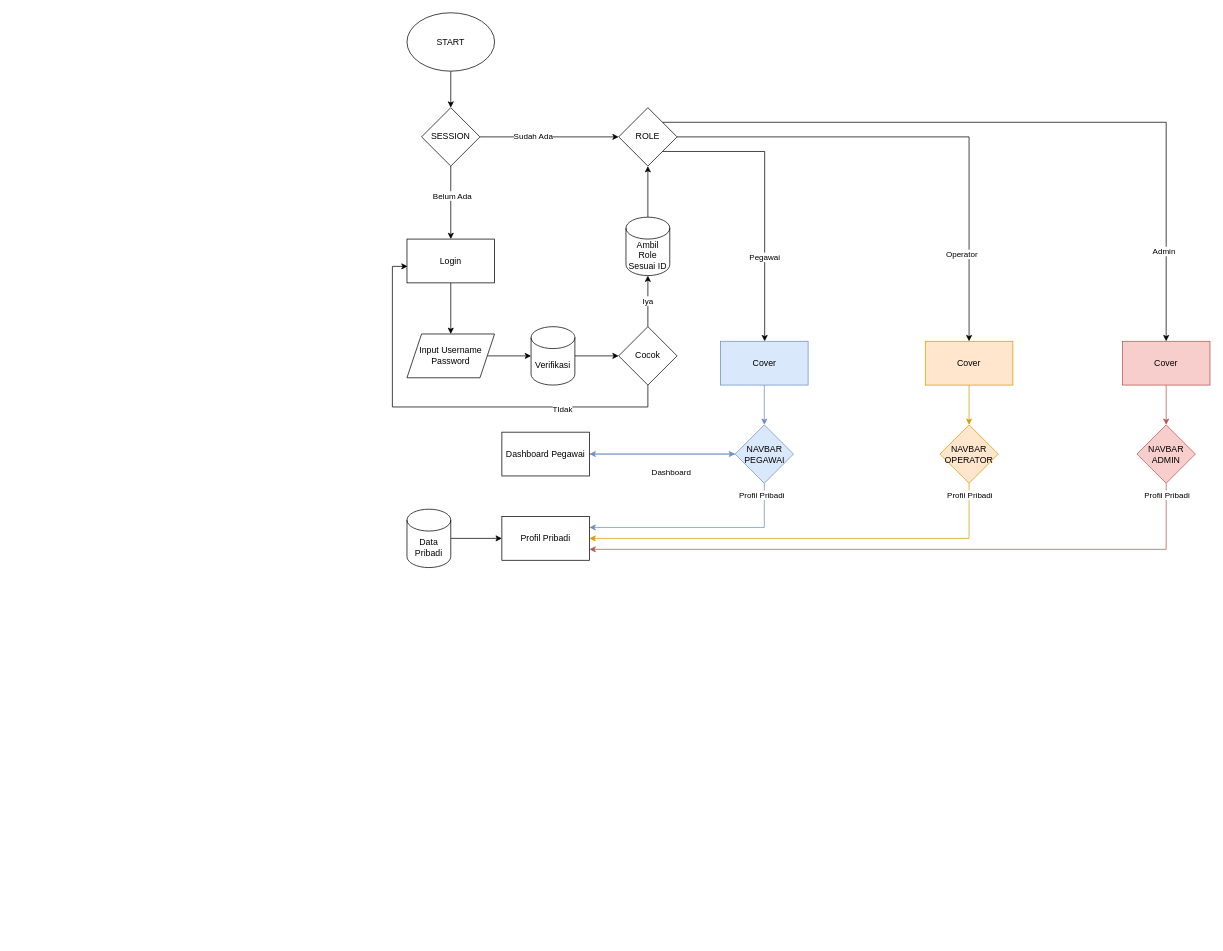
The draw.io diagram Diagram Tanpa Judul.drawio in Rabbitz124/Kepegawaian, before the edit. Source tidied: cells renumbered, new cells numbered last; positions are measured from the earlier drawing's top-left corner, leaving out a move shared by most shapes. Both pictures are drawn from the tidied source at 73%, with x=0, y=0 at pixel (392, 12).
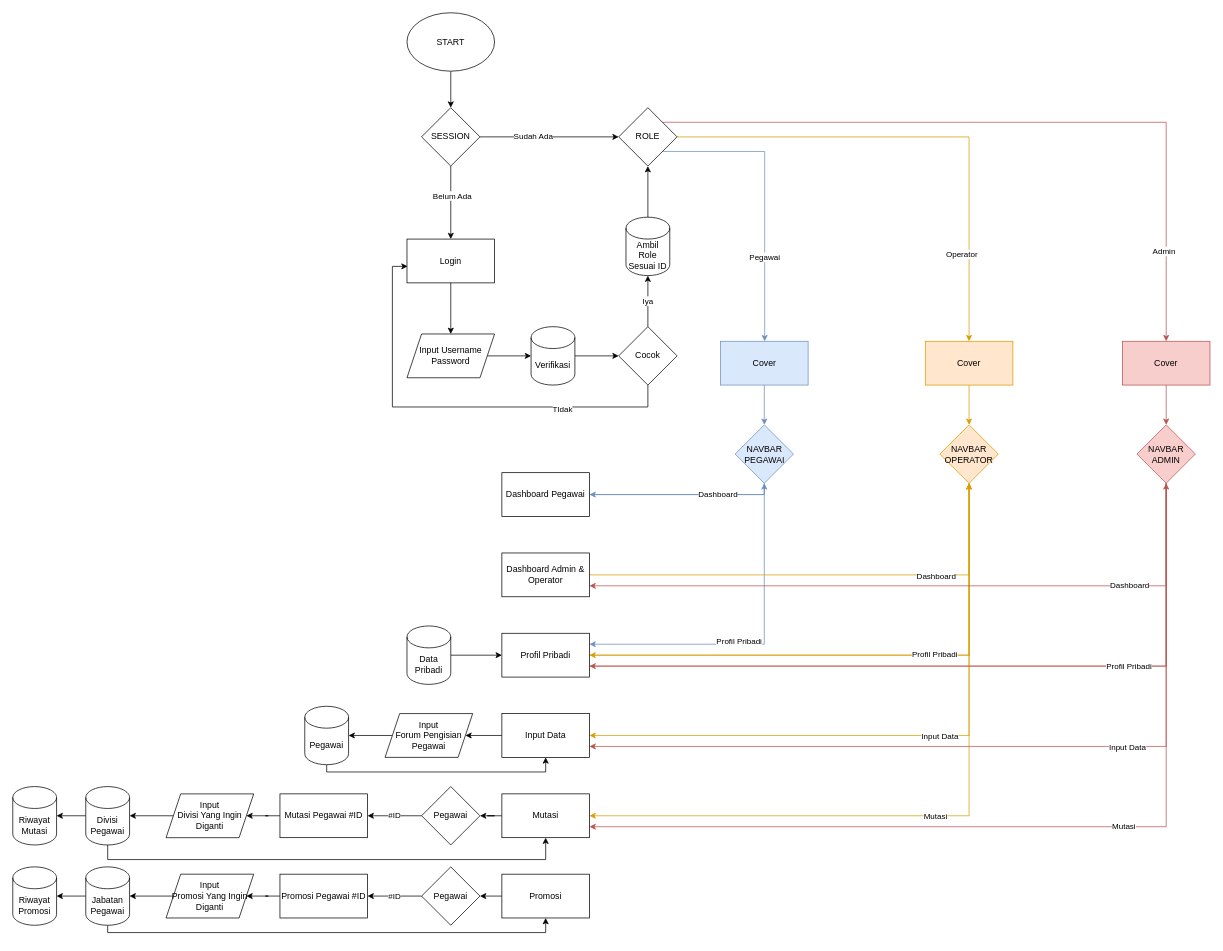
After the change.

Unchanged cells that the change refers to:
```xml
<mxCell id="13" value="ROLE" style="rhombus;whiteSpace=wrap;html=1;" parent="1" vertex="1">
  <mxGeometry x="310" y="130" width="80" height="80" as="geometry" />
</mxCell>
<mxCell id="25" value="Cover" style="rounded=0;whiteSpace=wrap;html=1;fillColor=#f8cecc;strokeColor=#b85450;" parent="1" vertex="1">
  <mxGeometry x="1000" y="450" width="120" height="60" as="geometry" />
</mxCell>
<mxCell id="27" value="Cover" style="rounded=0;whiteSpace=wrap;html=1;fillColor=#ffe6cc;strokeColor=#d79b00;" parent="1" vertex="1">
  <mxGeometry x="730" y="450" width="120" height="60" as="geometry" />
</mxCell>
<mxCell id="29" value="Cover" style="rounded=0;whiteSpace=wrap;html=1;fillColor=#dae8fc;strokeColor=#6c8ebf;" parent="1" vertex="1">
  <mxGeometry x="449.5" y="450" width="120" height="60" as="geometry" />
</mxCell>
<mxCell id="36" style="edgeStyle=orthogonalEdgeStyle;rounded=0;jettySize=auto;html=1;exitX=0.5;exitY=1;exitDx=0;exitDy=0;entryX=1;entryY=0.25;entryDx=0;entryDy=0;fillColor=#dae8fc;strokeColor=#6c8ebf;" parent="1" edge="1" source="38" target="41">
  <mxGeometry relative="1" as="geometry" />
</mxCell>
<mxCell id="38" value="NAVBAR&lt;br&gt;PEGAWAI" style="rhombus;whiteSpace=wrap;html=1;fillColor=#dae8fc;strokeColor=#6c8ebf;" parent="1" vertex="1">
  <mxGeometry x="469.5" y="564.5" width="80" height="80" as="geometry" />
</mxCell>
<mxCell id="44" style="edgeStyle=orthogonalEdgeStyle;rounded=0;jettySize=auto;html=1;exitX=0.5;exitY=1;exitDx=0;exitDy=0;entryX=1;entryY=0.5;entryDx=0;entryDy=0;fillColor=#ffe6cc;strokeColor=#d79b00;" parent="1" edge="1" source="45" target="41">
  <mxGeometry relative="1" as="geometry" />
</mxCell>
<mxCell id="45" value="NAVBAR&lt;br&gt;OPERATOR" style="rhombus;whiteSpace=wrap;html=1;rounded=0;fillColor=#ffe6cc;strokeColor=#d79b00;" parent="1" vertex="1">
  <mxGeometry x="750" y="564.5" width="80" height="80" as="geometry" />
</mxCell>
<mxCell id="46" style="edgeStyle=orthogonalEdgeStyle;rounded=0;jettySize=auto;html=1;exitX=0.5;exitY=1;exitDx=0;exitDy=0;entryX=1;entryY=0.75;entryDx=0;entryDy=0;fillColor=#f8cecc;strokeColor=#b85450;" parent="1" edge="1" source="47" target="41">
  <mxGeometry relative="1" as="geometry" />
</mxCell>
<mxCell id="47" value="NAVBAR&lt;br&gt;ADMIN" style="rhombus;whiteSpace=wrap;html=1;rounded=0;fillColor=#f8cecc;strokeColor=#b85450;" parent="1" vertex="1">
  <mxGeometry x="1020" y="564.5" width="80" height="80" as="geometry" />
</mxCell>
```

The edit, as a diff of the source:
```diff
@@
-    <mxCell id="8" style="edgeStyle=orthogonalEdgeStyle;rounded=0;jettySize=auto;html=1;" parent="1" edge="1" source="13" target="27">
+    <mxCell id="8" style="edgeStyle=orthogonalEdgeStyle;rounded=0;jettySize=auto;html=1;fillColor=#ffe6cc;strokeColor=#d79b00;" parent="1" edge="1" source="13" target="27">
       <mxGeometry relative="1" as="geometry" />
     </mxCell>
@@
-    <mxCell id="10" style="edgeStyle=orthogonalEdgeStyle;rounded=0;jettySize=auto;html=1;exitX=1;exitY=1;exitDx=0;exitDy=0;" parent="1" edge="1" source="13" target="29">
+    <mxCell id="10" style="edgeStyle=orthogonalEdgeStyle;rounded=0;jettySize=auto;html=1;exitX=1;exitY=1;exitDx=0;exitDy=0;fillColor=#dae8fc;strokeColor=#6c8ebf;" parent="1" edge="1" source="13" target="29">
       <mxGeometry relative="1" as="geometry">
         <Array as="points">
           <mxPoint x="510" y="190" />
         </Array>
       </mxGeometry>
     </mxCell>
@@
-    <mxCell id="12" style="edgeStyle=orthogonalEdgeStyle;rounded=0;jettySize=auto;html=1;entryX=0.5;entryY=0;entryDx=0;entryDy=0;exitX=1;exitY=0;exitDx=0;exitDy=0;" parent="1" edge="1" source="13" target="25">
+    <mxCell id="12" style="edgeStyle=orthogonalEdgeStyle;rounded=0;jettySize=auto;html=1;entryX=0.5;entryY=0;entryDx=0;entryDy=0;exitX=1;exitY=0;exitDx=0;exitDy=0;fillColor=#f8cecc;strokeColor=#b85450;" parent="1" edge="1" source="13" target="25">
       <mxGeometry relative="1" as="geometry" />
     </mxCell>
@@
-    <mxCell id="34" style="edgeStyle=orthogonalEdgeStyle;rounded=0;jettySize=auto;html=1;fillColor=#dae8fc;strokeColor=#6c8ebf;" parent="1" edge="1" source="38" target="40">
-      <mxGeometry relative="1" as="geometry" />
+    <mxCell id="34" style="edgeStyle=orthogonalEdgeStyle;rounded=0;jettySize=auto;html=1;fillColor=#dae8fc;strokeColor=#6c8ebf;exitX=0.5;exitY=1;exitDx=0;exitDy=0;" parent="1" edge="1" source="38" target="40">
+      <mxGeometry relative="1" as="geometry">
+        <Array as="points">
+          <mxPoint x="509" y="660" />
+        </Array>
+      </mxGeometry>
     </mxCell>
-    <mxCell id="35" value="Dashboard" style="edgeLabel;html=1;align=center;verticalAlign=middle;" parent="34" vertex="1">
-      <mxGeometry x="-0.13" y="1" relative="1" as="geometry">
-        <mxPoint x="-1" y="24" as="offset" />
-      </mxGeometry>
-    </mxCell>
@@
     <mxCell id="37" value="Profil Pribadi" style="edgeLabel;html=1;align=center;verticalAlign=middle;" parent="36" vertex="1">
       <mxGeometry x="0.7" y="1" relative="1" as="geometry">
-        <mxPoint x="190" y="-46" as="offset" />
+        <mxPoint x="135" y="-6" as="offset" />
       </mxGeometry>
     </mxCell>
@@
-    <mxCell id="39" style="edgeStyle=orthogonalEdgeStyle;rounded=0;jettySize=auto;html=1;exitX=1;exitY=0.5;exitDx=0;exitDy=0;fillColor=#dae8fc;strokeColor=#6c8ebf;" parent="1" edge="1" source="40" target="38">
-      <mxGeometry relative="1" as="geometry" />
+    <mxCell id="39" style="edgeStyle=orthogonalEdgeStyle;rounded=0;jettySize=auto;html=1;exitX=1;exitY=0.5;exitDx=0;exitDy=0;fillColor=#dae8fc;strokeColor=#6c8ebf;entryX=0.5;entryY=1;entryDx=0;entryDy=0;" parent="1" edge="1" source="40" target="38">
+      <mxGeometry relative="1" as="geometry">
+        <Array as="points">
+          <mxPoint x="509" y="660" />
+        </Array>
+      </mxGeometry>
     </mxCell>
+    <mxCell id="50" value="Dashboard" style="edgeLabel;html=1;align=center;verticalAlign=middle;" parent="39" vertex="1">
+      <mxGeometry x="0.37" y="2" relative="1" as="geometry">
+        <mxPoint y="1" as="offset" />
+      </mxGeometry>
+    </mxCell>
     <mxCell id="40" value="Dashboard Pegawai" style="whiteSpace=wrap;html=1;" parent="1" vertex="1">
-      <mxGeometry x="150" y="574.5" width="120" height="60" as="geometry" />
+      <mxGeometry x="150" y="630" width="120" height="60" as="geometry" />
     </mxCell>
+    <mxCell id="51" style="edgeStyle=orthogonalEdgeStyle;rounded=0;jettySize=auto;html=1;entryX=0.5;entryY=1;entryDx=0;entryDy=0;fillColor=#ffe6cc;strokeColor=#d79b00;" parent="1" edge="1" source="41" target="45">
+      <mxGeometry relative="1" as="geometry" />
+    </mxCell>
+    <mxCell id="52" style="edgeStyle=orthogonalEdgeStyle;rounded=0;jettySize=auto;html=1;entryX=0.5;entryY=1;entryDx=0;entryDy=0;exitX=1;exitY=0.75;exitDx=0;exitDy=0;fillColor=#f8cecc;strokeColor=#b85450;" parent="1" edge="1" source="41" target="47">
+      <mxGeometry relative="1" as="geometry" />
+    </mxCell>
     <mxCell id="41" value="Profil Pribadi" style="rounded=0;whiteSpace=wrap;html=1;" parent="1" vertex="1">
-      <mxGeometry x="150" y="690" width="120" height="60" as="geometry" />
+      <mxGeometry x="150" y="850" width="120" height="60" as="geometry" />
     </mxCell>
@@
     <mxCell id="43" value="Data Pribadi" style="shape=cylinder3;whiteSpace=wrap;html=1;boundedLbl=1;backgroundOutline=1;size=15;" parent="1" vertex="1">
-      <mxGeometry x="20" y="680" width="60" height="80" as="geometry" />
+      <mxGeometry x="20" y="840" width="60" height="80" as="geometry" />
     </mxCell>
@@
+    <mxCell id="53" value="Profil Pribadi" style="edgeLabel;html=1;align=center;verticalAlign=middle;" parent="44" vertex="1">
+      <mxGeometry x="-0.25" y="-2" relative="1" as="geometry" />
+    </mxCell>
+    <mxCell id="54" style="edgeStyle=orthogonalEdgeStyle;rounded=0;jettySize=auto;html=1;exitX=0.5;exitY=1;exitDx=0;exitDy=0;entryX=1;entryY=0.5;entryDx=0;entryDy=0;fillColor=#ffe6cc;strokeColor=#d79b00;" parent="1" edge="1" source="45" target="69">
+      <mxGeometry relative="1" as="geometry" />
+    </mxCell>
+    <mxCell id="55" value="Input Data" style="edgeLabel;html=1;align=center;verticalAlign=middle;" parent="54" vertex="1">
+      <mxGeometry x="-0.2" y="1" relative="1" as="geometry">
+        <mxPoint x="-40" y="-1" as="offset" />
+      </mxGeometry>
+    </mxCell>
+    <mxCell id="56" style="edgeStyle=orthogonalEdgeStyle;rounded=0;jettySize=auto;html=1;exitX=0.5;exitY=1;exitDx=0;exitDy=0;entryX=1;entryY=0.5;entryDx=0;entryDy=0;fillColor=#ffe6cc;strokeColor=#d79b00;" parent="1" edge="1" source="45" target="75">
+      <mxGeometry relative="1" as="geometry" />
+    </mxCell>
+    <mxCell id="57" value="Mutasi" style="edgeLabel;html=1;align=center;verticalAlign=middle;" parent="56" vertex="1">
+      <mxGeometry x="0.03" relative="1" as="geometry" />
+    </mxCell>
@@
+    <mxCell id="58" value="Profil Pribadi" style="edgeLabel;html=1;align=center;verticalAlign=middle;" parent="46" vertex="1">
+      <mxGeometry x="-0.42" relative="1" as="geometry" />
+    </mxCell>
+    <mxCell id="59" style="edgeStyle=orthogonalEdgeStyle;rounded=0;jettySize=auto;html=1;entryX=1;entryY=0.75;entryDx=0;entryDy=0;fillColor=#f8cecc;strokeColor=#b85450;" parent="1" edge="1" source="47" target="67">
+      <mxGeometry relative="1" as="geometry">
+        <Array as="points">
+          <mxPoint x="1060" y="785" />
+        </Array>
+      </mxGeometry>
+    </mxCell>
+    <mxCell id="60" value="Dashboard" style="edgeLabel;html=1;align=center;verticalAlign=middle;" parent="59" vertex="1">
+      <mxGeometry x="-0.59" y="-1" relative="1" as="geometry" />
+    </mxCell>
+    <mxCell id="61" style="edgeStyle=orthogonalEdgeStyle;rounded=0;jettySize=auto;html=1;entryX=1;entryY=0.75;entryDx=0;entryDy=0;fillColor=#f8cecc;strokeColor=#b85450;" parent="1" edge="1" source="47" target="69">
+      <mxGeometry relative="1" as="geometry">
+        <Array as="points">
+          <mxPoint x="1060" y="1005" />
+        </Array>
+      </mxGeometry>
+    </mxCell>
+    <mxCell id="62" value="Input Data" style="edgeLabel;html=1;align=center;verticalAlign=middle;" parent="61" vertex="1">
+      <mxGeometry x="-0.28" y="1" relative="1" as="geometry" />
+    </mxCell>
+    <mxCell id="63" style="edgeStyle=orthogonalEdgeStyle;rounded=0;jettySize=auto;html=1;entryX=1;entryY=0.75;entryDx=0;entryDy=0;fillColor=#f8cecc;strokeColor=#b85450;" parent="1" edge="1" source="47" target="75">
+      <mxGeometry relative="1" as="geometry">
+        <Array as="points">
+          <mxPoint x="1060" y="1115" />
+        </Array>
+      </mxGeometry>
+    </mxCell>
+    <mxCell id="64" value="Mutasi" style="edgeLabel;html=1;align=center;verticalAlign=middle;" parent="63" vertex="1">
+      <mxGeometry x="-0.16" y="-2" relative="1" as="geometry" />
+    </mxCell>
@@
-    <mxCell id="48" value="Profil Pribadi" style="edgeLabel;html=1;align=center;verticalAlign=middle;" parent="1" vertex="1">
-      <mxGeometry x="790" y="660" as="geometry" />
-    </mxCell>
-    <mxCell id="49" value="Profil Pribadi" style="edgeLabel;html=1;align=center;verticalAlign=middle;" parent="1" vertex="1">
-      <mxGeometry x="1060" y="660" as="geometry" />
-    </mxCell>
+    <mxCell id="65" style="edgeStyle=orthogonalEdgeStyle;rounded=0;jettySize=auto;html=1;entryX=0.5;entryY=1;entryDx=0;entryDy=0;fillColor=#ffe6cc;strokeColor=#d79b00;exitX=1;exitY=0.5;exitDx=0;exitDy=0;" parent="1" edge="1" source="67" target="45">
+      <mxGeometry relative="1" as="geometry" />
+    </mxCell>
+    <mxCell id="66" value="Dashboard" style="edgeLabel;html=1;align=center;verticalAlign=middle;" parent="65" vertex="1">
+      <mxGeometry x="0.47" y="-1" relative="1" as="geometry" />
+    </mxCell>
+    <mxCell id="67" value="Dashboard Admin &amp;amp; Operator" style="whiteSpace=wrap;html=1;" parent="1" vertex="1">
+      <mxGeometry x="150" y="740" width="120" height="60" as="geometry" />
+    </mxCell>
+    <mxCell id="68" style="edgeStyle=orthogonalEdgeStyle;rounded=0;jettySize=auto;html=1;entryX=1;entryY=0.5;entryDx=0;entryDy=0;" parent="1" edge="1" source="69" target="71">
+      <mxGeometry relative="1" as="geometry" />
+    </mxCell>
+    <mxCell id="69" value="Input Data" style="rounded=0;whiteSpace=wrap;html=1;" parent="1" vertex="1">
+      <mxGeometry x="150" y="960" width="120" height="60" as="geometry" />
+    </mxCell>
+    <mxCell id="70" style="edgeStyle=orthogonalEdgeStyle;rounded=0;jettySize=auto;html=1;entryX=1;entryY=0.5;entryDx=0;entryDy=0;entryPerimeter=0;" parent="1" edge="1" source="71" target="73">
+      <mxGeometry relative="1" as="geometry" />
+    </mxCell>
+    <mxCell id="71" value="Input&lt;br&gt;Forum Pengisian Pegawai" style="shape=parallelogram;perimeter=parallelogramPerimeter;whiteSpace=wrap;html=1;fixedSize=1;" parent="1" vertex="1">
+      <mxGeometry x="-10" y="960" width="120" height="60" as="geometry" />
+    </mxCell>
+    <mxCell id="72" style="edgeStyle=orthogonalEdgeStyle;rounded=0;jettySize=auto;html=1;entryX=0.5;entryY=1;entryDx=0;entryDy=0;" parent="1" edge="1" source="73" target="69">
+      <mxGeometry relative="1" as="geometry">
+        <Array as="points">
+          <mxPoint x="-90" y="1040" />
+          <mxPoint x="210" y="1040" />
+        </Array>
+      </mxGeometry>
+    </mxCell>
+    <mxCell id="73" value="Pegawai" style="shape=cylinder3;whiteSpace=wrap;html=1;boundedLbl=1;backgroundOutline=1;size=15;" parent="1" vertex="1">
+      <mxGeometry x="-120" y="950" width="60" height="80" as="geometry" />
+    </mxCell>
+    <mxCell id="74" style="edgeStyle=orthogonalEdgeStyle;rounded=0;jettySize=auto;html=1;entryX=1;entryY=0.5;entryDx=0;entryDy=0;" parent="1" edge="1" source="75" target="78">
+      <mxGeometry relative="1" as="geometry" />
+    </mxCell>
+    <mxCell id="75" value="Mutasi" style="rounded=0;whiteSpace=wrap;html=1;" parent="1" vertex="1">
+      <mxGeometry x="150" y="1070" width="120" height="60" as="geometry" />
+    </mxCell>
+    <mxCell id="76" style="edgeStyle=orthogonalEdgeStyle;rounded=0;jettySize=auto;html=1;entryX=1;entryY=0.5;entryDx=0;entryDy=0;" parent="1" edge="1" source="78" target="80">
+      <mxGeometry relative="1" as="geometry" />
+    </mxCell>
+    <mxCell id="77" value="#ID" style="edgeLabel;html=1;align=center;verticalAlign=middle;" parent="76" vertex="1">
+      <mxGeometry x="0.04" y="-1" relative="1" as="geometry" />
+    </mxCell>
+    <mxCell id="78" value="Pegawai" style="rhombus;whiteSpace=wrap;html=1;" parent="1" vertex="1">
+      <mxGeometry x="40" y="1060" width="80" height="80" as="geometry" />
+    </mxCell>
+    <mxCell id="79" style="edgeStyle=orthogonalEdgeStyle;rounded=0;jettySize=auto;html=1;exitX=0;exitY=0.5;exitDx=0;exitDy=0;" parent="1" edge="1" source="80" target="82">
+      <mxGeometry relative="1" as="geometry" />
+    </mxCell>
+    <mxCell id="80" value="Mutasi Pegawai #ID" style="rounded=0;whiteSpace=wrap;html=1;" parent="1" vertex="1">
+      <mxGeometry x="-154" y="1070" width="120" height="60" as="geometry" />
+    </mxCell>
+    <mxCell id="81" style="edgeStyle=orthogonalEdgeStyle;rounded=0;jettySize=auto;html=1;exitX=0;exitY=0.5;exitDx=0;exitDy=0;entryX=1;entryY=0.5;entryDx=0;entryDy=0;entryPerimeter=0;" parent="1" edge="1" source="82" target="85">
+      <mxGeometry relative="1" as="geometry" />
+    </mxCell>
+    <mxCell id="82" value="Input&lt;br&gt;Divisi Yang Ingin&lt;br&gt;Diganti" style="shape=parallelogram;perimeter=parallelogramPerimeter;whiteSpace=wrap;html=1;fixedSize=1;" parent="1" vertex="1">
+      <mxGeometry x="-310" y="1070" width="120" height="60" as="geometry" />
+    </mxCell>
+    <mxCell id="83" style="edgeStyle=orthogonalEdgeStyle;rounded=0;jettySize=auto;html=1;exitX=0.5;exitY=1;exitDx=0;exitDy=0;exitPerimeter=0;entryX=0.5;entryY=1;entryDx=0;entryDy=0;" parent="1" edge="1" source="85" target="75">
+      <mxGeometry relative="1" as="geometry" />
+    </mxCell>
+    <mxCell id="84" style="edgeStyle=orthogonalEdgeStyle;rounded=0;jettySize=auto;html=1;entryX=1;entryY=0.5;entryDx=0;entryDy=0;entryPerimeter=0;" parent="1" edge="1" source="85" target="87">
+      <mxGeometry relative="1" as="geometry" />
+    </mxCell>
+    <mxCell id="85" value="Divisi Pegawai" style="shape=cylinder3;whiteSpace=wrap;html=1;boundedLbl=1;backgroundOutline=1;size=15;" parent="1" vertex="1">
+      <mxGeometry x="-420" y="1060" width="60" height="80" as="geometry" />
+    </mxCell>
+    <mxCell id="86" value="Promosi" style="rounded=0;whiteSpace=wrap;html=1;" parent="1" vertex="1">
+      <mxGeometry x="150" y="1180" width="120" height="60" as="geometry" />
+    </mxCell>
+    <mxCell id="87" value="Riwayat&lt;br&gt;Mutasi" style="shape=cylinder3;whiteSpace=wrap;html=1;boundedLbl=1;backgroundOutline=1;size=15;" parent="1" vertex="1">
+      <mxGeometry x="-520" y="1060" width="60" height="80" as="geometry" />
+    </mxCell>
+    <mxCell id="88" style="edgeStyle=orthogonalEdgeStyle;rounded=0;jettySize=auto;html=1;entryX=1;entryY=0.5;entryDx=0;entryDy=0;exitX=0;exitY=0.5;exitDx=0;exitDy=0;" parent="1" edge="1" source="86" target="91">
+      <mxGeometry relative="1" as="geometry" />
+    </mxCell>
+    <mxCell id="89" style="edgeStyle=orthogonalEdgeStyle;rounded=0;jettySize=auto;html=1;entryX=1;entryY=0.5;entryDx=0;entryDy=0;" parent="1" edge="1" source="91" target="93">
+      <mxGeometry relative="1" as="geometry" />
+    </mxCell>
+    <mxCell id="90" value="#ID" style="edgeLabel;html=1;align=center;verticalAlign=middle;" parent="89" vertex="1">
+      <mxGeometry x="0.04" y="-1" relative="1" as="geometry" />
+    </mxCell>
+    <mxCell id="91" value="Pegawai" style="rhombus;whiteSpace=wrap;html=1;" parent="1" vertex="1">
+      <mxGeometry x="40" y="1170" width="80" height="80" as="geometry" />
+    </mxCell>
+    <mxCell id="92" style="edgeStyle=orthogonalEdgeStyle;rounded=0;jettySize=auto;html=1;exitX=0;exitY=0.5;exitDx=0;exitDy=0;" parent="1" edge="1" source="93" target="95">
+      <mxGeometry relative="1" as="geometry" />
+    </mxCell>
+    <mxCell id="93" value="Promosi Pegawai #ID" style="rounded=0;whiteSpace=wrap;html=1;" parent="1" vertex="1">
+      <mxGeometry x="-154" y="1180" width="120" height="60" as="geometry" />
+    </mxCell>
+    <mxCell id="94" style="edgeStyle=orthogonalEdgeStyle;rounded=0;jettySize=auto;html=1;exitX=0;exitY=0.5;exitDx=0;exitDy=0;entryX=1;entryY=0.5;entryDx=0;entryDy=0;entryPerimeter=0;" parent="1" edge="1" source="95" target="98">
+      <mxGeometry relative="1" as="geometry" />
+    </mxCell>
+    <mxCell id="95" value="Input&lt;br&gt;Promosi Yang Ingin&lt;br&gt;Diganti" style="shape=parallelogram;perimeter=parallelogramPerimeter;whiteSpace=wrap;html=1;fixedSize=1;" parent="1" vertex="1">
+      <mxGeometry x="-310" y="1180" width="120" height="60" as="geometry" />
+    </mxCell>
+    <mxCell id="96" style="edgeStyle=orthogonalEdgeStyle;rounded=0;jettySize=auto;html=1;entryX=1;entryY=0.5;entryDx=0;entryDy=0;entryPerimeter=0;" parent="1" edge="1" source="98" target="99">
+      <mxGeometry relative="1" as="geometry" />
+    </mxCell>
+    <mxCell id="97" style="edgeStyle=orthogonalEdgeStyle;rounded=0;jettySize=auto;html=1;entryX=0.5;entryY=1;entryDx=0;entryDy=0;" parent="1" edge="1" source="98" target="86">
+      <mxGeometry relative="1" as="geometry">
+        <Array as="points">
+          <mxPoint x="-390" y="1260" />
+          <mxPoint x="210" y="1260" />
+        </Array>
+      </mxGeometry>
+    </mxCell>
+    <mxCell id="98" value="Jabatan&lt;br&gt;Pegawai" style="shape=cylinder3;whiteSpace=wrap;html=1;boundedLbl=1;backgroundOutline=1;size=15;" parent="1" vertex="1">
+      <mxGeometry x="-420" y="1170" width="60" height="80" as="geometry" />
+    </mxCell>
+    <mxCell id="99" value="Riwayat&lt;br&gt;Promosi" style="shape=cylinder3;whiteSpace=wrap;html=1;boundedLbl=1;backgroundOutline=1;size=15;" parent="1" vertex="1">
+      <mxGeometry x="-520" y="1170" width="60" height="80" as="geometry" />
+    </mxCell>
```
